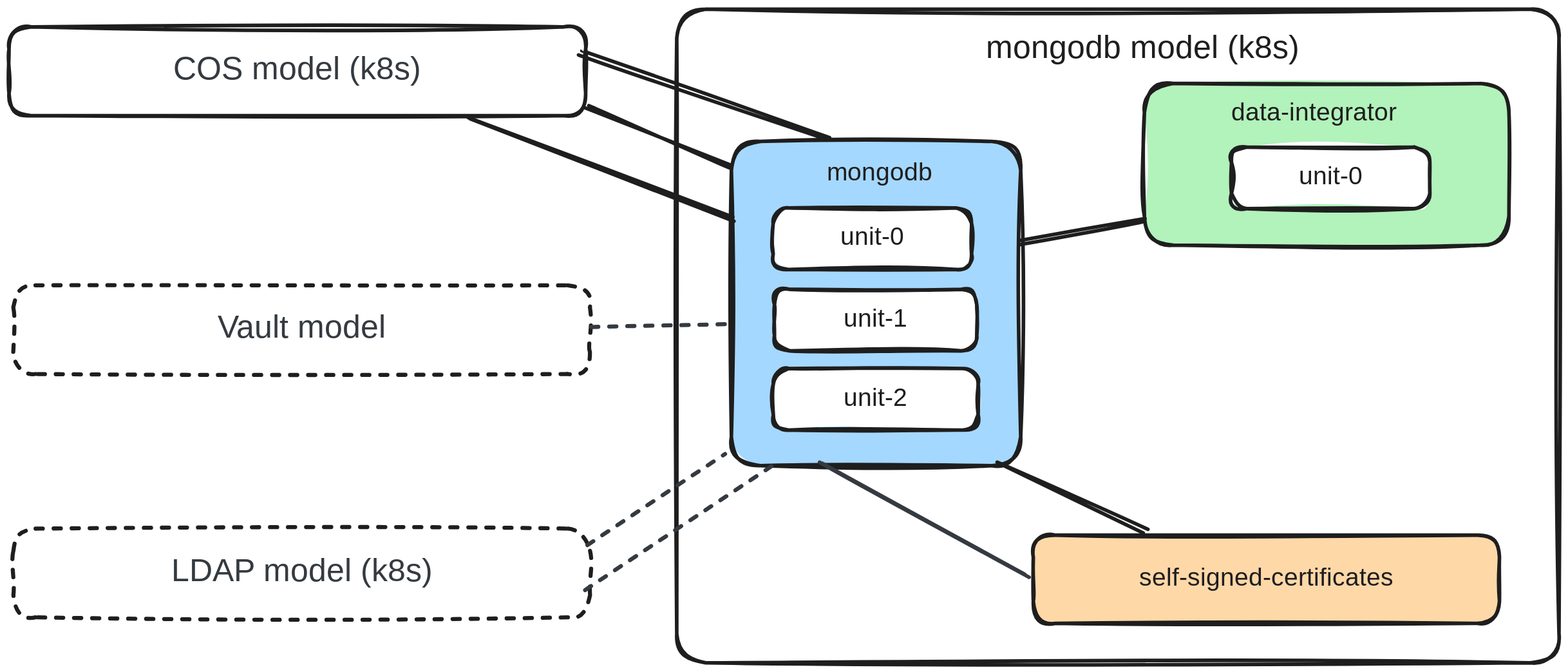
canonical/charms-reference-architectures keeps this Excalidraw diagram as solutions/data/charmed-mongodb/replica-set/azure/k8s/docs/replica-set-azure-k8s.excalidraw.svg. Above is the earlier version. Source tidied: one line per element, renumbered; positions are measured from the earlier drawing's top-left corner, leaving out a move shared by most shapes.
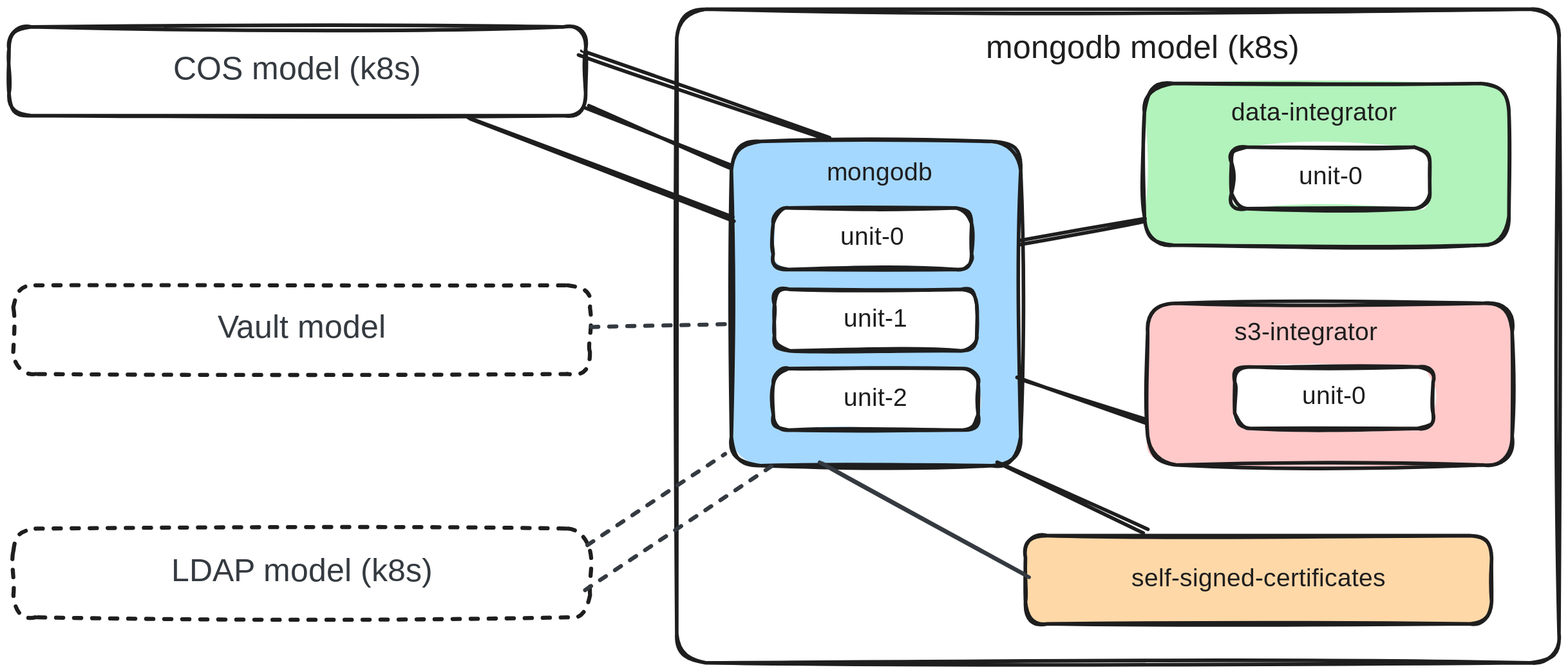
After the change.

The edit, as a diff of the source:
```diff
@@ -10,12 +10,17 @@
 {"id": 9, "type": "text", "text": "data-integrator", "strokeColor": "#1e1e1e", "backgroundColor": "#a5d8ff", "fillStyle": "solid", "strokeWidth": 4, "roughness": 2, "fontSize": 28, "fontFamily": 8, "x": 1356, "y": 99, "width": 231, "height": 35}
 {"id": 10, "type": "rectangle", "strokeColor": "#1e1e1e", "backgroundColor": "#ffffff", "fillStyle": "solid", "strokeWidth": 4, "roughness": 2, "round": true, "x": 1356, "y": 153, "width": 220, "height": 68}
 {"id": 11, "type": "text", "text": "unit-0", "strokeColor": "#1e1e1e", "backgroundColor": "#a5d8ff", "fillStyle": "solid", "strokeWidth": 4, "roughness": 2, "fontSize": 28, "fontFamily": 8, "textAlign": "center", "verticalAlign": "middle", "inside": 10, "x": 1420, "y": 170, "width": 92, "height": 35}
+{"id": 31, "type": "rectangle", "strokeColor": "#1e1e1e", "backgroundColor": "#ffc9c9", "fillStyle": "solid", "strokeWidth": 4, "roughness": 2, "round": true, "x": 1263, "y": 326, "width": 404, "height": 179}
+{"id": 32, "type": "text", "text": "s3-integrator", "strokeColor": "#1e1e1e", "backgroundColor": "#a5d8ff", "fillStyle": "solid", "strokeWidth": 4, "roughness": 2, "fontSize": 28, "fontFamily": 8, "x": 1359, "y": 343, "width": 200, "height": 35}
+{"id": 33, "type": "rectangle", "strokeColor": "#1e1e1e", "backgroundColor": "#ffffff", "fillStyle": "solid", "strokeWidth": 4, "roughness": 2, "round": true, "x": 1360, "y": 397, "width": 220, "height": 68}
+{"id": 34, "type": "text", "text": "unit-0", "strokeColor": "#1e1e1e", "backgroundColor": "#a5d8ff", "fillStyle": "solid", "strokeWidth": 4, "roughness": 2, "fontSize": 28, "fontFamily": 8, "textAlign": "center", "verticalAlign": "middle", "inside": 33, "x": 1424, "y": 413, "width": 92, "height": 35}
 {"id": 12, "type": "rectangle", "strokeColor": "#1e1e1e", "strokeWidth": 4, "roughness": 2, "round": true, "x": 741, "y": 0, "width": 979, "height": 725}
 {"id": 13, "type": "text", "text": "mongodb model (k8s)", "strokeColor": "#1e1e1e", "backgroundColor": "#ffec99", "fillStyle": "solid", "strokeWidth": 4, "roughness": 2, "fontSize": 36, "fontFamily": 8, "x": 1084, "y": 22, "width": 376, "height": 45}
 {"id": 14, "type": "line", "strokeColor": "#1e1e1e", "backgroundColor": "#ffec99", "fillStyle": "solid", "strokeWidth": 4, "roughness": 2, "round": true, "x": 636, "y": 49, "width": 273, "height": 96, "points": [[0, 0], [273, 96]]}
 {"id": 15, "type": "line", "strokeColor": "#1e1e1e", "backgroundColor": "#ffec99", "fillStyle": "solid", "strokeWidth": 4, "roughness": 2, "round": true, "x": 1120, "y": 259, "width": 141, "height": 27, "points": [[0, 0], [141, -27]]}
+{"id": 35, "type": "line", "strokeColor": "#1e1e1e", "backgroundColor": "#ffec99", "fillStyle": "solid", "strokeWidth": 4, "roughness": 2, "round": true, "x": 1122, "y": 410, "width": 138, "height": 44, "points": [[0, 0], [138, 44]]}
-{"id": 16, "type": "rectangle", "strokeColor": "#1e1e1e", "backgroundColor": "#ffd8a8", "fillStyle": "solid", "strokeWidth": 4, "roughness": 2, "round": true, "x": 1136, "y": 583, "width": 517, "height": 98}
+{"id": 16, "type": "rectangle", "strokeColor": "#1e1e1e", "backgroundColor": "#ffd8a8", "fillStyle": "solid", "strokeWidth": 4, "roughness": 2, "round": true, "x": 1128, "y": 584, "width": 517, "height": 98}
-{"id": 17, "type": "text", "text": "self-signed-certificates", "strokeColor": "#1e1e1e", "backgroundColor": "#ffec99", "fillStyle": "solid", "strokeWidth": 4, "roughness": 2, "fontSize": 28, "fontFamily": 8, "textAlign": "center", "verticalAlign": "middle", "inside": 16, "x": 1210, "y": 615, "width": 370, "height": 35}
+{"id": 17, "type": "text", "text": "self-signed-certificates", "strokeColor": "#1e1e1e", "backgroundColor": "#ffec99", "fillStyle": "solid", "strokeWidth": 4, "roughness": 2, "fontSize": 28, "fontFamily": 8, "textAlign": "center", "verticalAlign": "middle", "inside": 16, "x": 1201, "y": 615, "width": 370, "height": 35}
 {"id": 18, "type": "rectangle", "strokeColor": "#1e1e1e", "backgroundColor": "#ffffff", "fillStyle": "cross-hatch", "strokeWidth": 4, "strokeStyle": "dashed", "roughness": 2, "round": true, "x": 5, "y": 576, "width": 640, "height": 98}
 {"id": 19, "type": "text", "text": "LDAP model (k8s)", "strokeColor": "#343a40", "backgroundColor": "#eebefa", "fillStyle": "solid", "strokeWidth": 4, "roughness": 2, "fontSize": 36, "fontFamily": 8, "textAlign": "center", "verticalAlign": "middle", "inside": 18, "x": 166, "y": 603, "width": 317, "height": 45}
 {"id": 20, "type": "line", "strokeColor": "#1e1e1e", "backgroundColor": "#eebefa", "fillStyle": "cross-hatch", "strokeWidth": 4, "roughness": 2, "round": true, "x": 1100, "y": 503, "width": 161, "height": 76, "points": [[0, 0], [161, 76]]}
```
